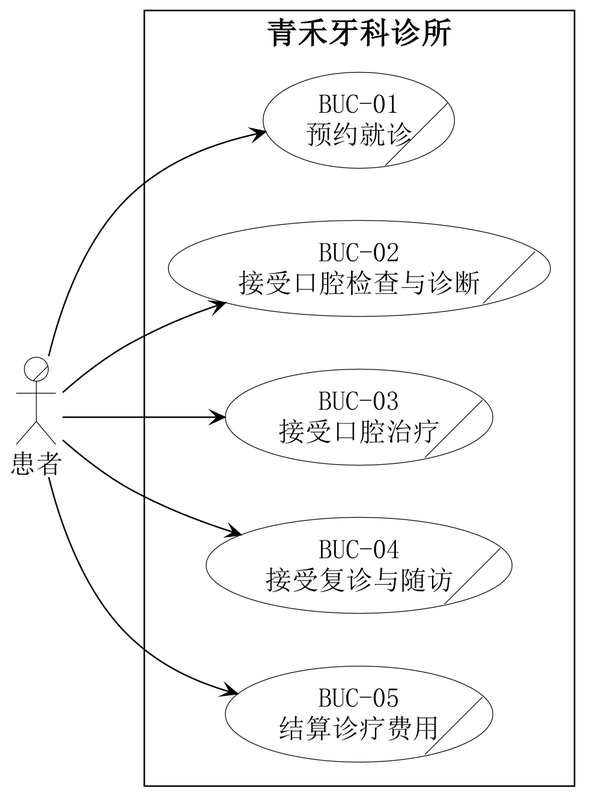
Earlier version of the PlantUML export 01-需求文档/diagrams/01-business-use-case.png (Shawmc-creator/systemAnalyseAndDesign).
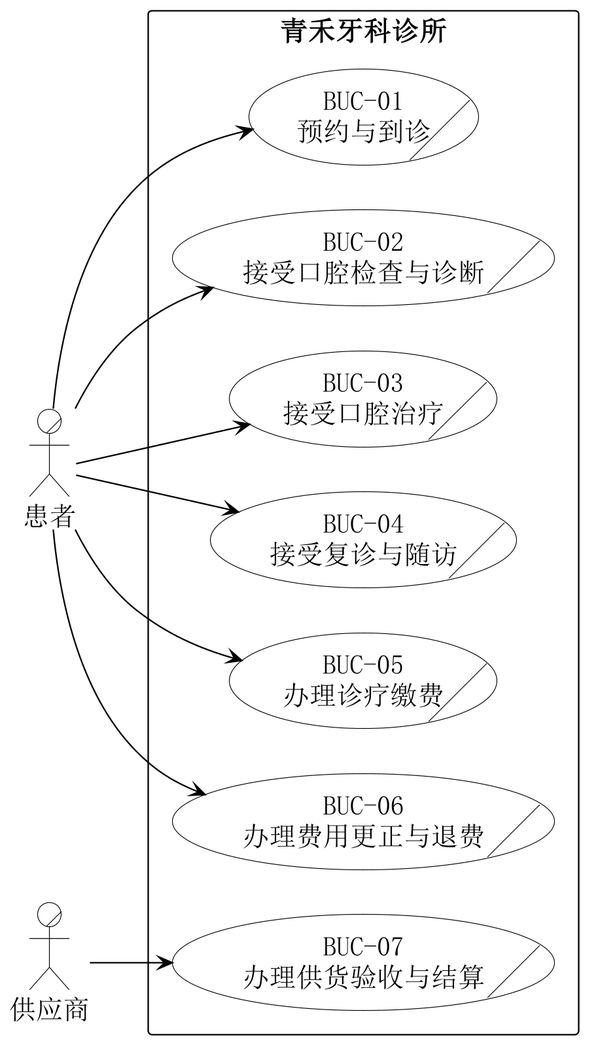
After the change.

What changed in the source:
```diff
@@ -1,48 +1,48 @@
 @startuml
-left to right direction
 skinparam backgroundColor white
 skinparam shadowing false
 skinparam defaultFontName SimSun
 skinparam defaultFontSize 18
-skinparam dpi 240
-skinparam nodesep 35
-skinparam ranksep 70
+skinparam dpi 220
 skinparam ArrowColor black
-skinparam ArrowThickness 1
+left to right direction
+skinparam nodesep 30
+skinparam ranksep 55
 skinparam actor {
-  BorderColor black
-  BackgroundColor white
-  FontColor black
+ BorderColor black
+ BackgroundColor white
 }
 skinparam usecase {
-  BorderColor black
-  BackgroundColor white
-  FontColor black
+ BorderColor black
+ BackgroundColor white
 }
 skinparam rectangle {
-  BorderColor black
-  BackgroundColor white
-  FontColor black
-  FontSize 20
-  FontStyle bold
-  RoundCorner 0
+ BorderColor black
+ BackgroundColor white
+ FontStyle bold
 }
-
-actor/ "患者" as Patient
-rectangle "青禾牙科诊所" as Clinic {
-  usecase/ "BUC-01\n预约就诊" as BUC01
-  usecase/ "BUC-02\n接受口腔检查与诊断" as BUC02
-  usecase/ "BUC-03\n接受口腔治疗" as BUC03
-  usecase/ "BUC-04\n接受复诊与随访" as BUC04
-  usecase/ "BUC-05\n结算诊疗费用" as BUC05
+actor/ "患者" as P
+actor/ "供应商" as V
+rectangle "青禾牙科诊所" {
+ usecase/ "BUC-01\n预约与到诊" as U01
+ usecase/ "BUC-02\n接受口腔检查与诊断" as U02
+ usecase/ "BUC-03\n接受口腔治疗" as U03
+ usecase/ "BUC-04\n接受复诊与随访" as U04
+ usecase/ "BUC-05\n办理诊疗缴费" as U05
+ usecase/ "BUC-06\n办理费用更正与退费" as U06
+ usecase/ "BUC-07\n办理供货验收与结算" as U07
 }
-Patient --> BUC01
-Patient --> BUC02
-Patient --> BUC03
-Patient --> BUC04
-Patient --> BUC05
-BUC02 -[hidden]right-> BUC01
-BUC03 -[hidden]right-> BUC02
-BUC04 -[hidden]right-> BUC03
-BUC05 -[hidden]right-> BUC04
+P --> U01
+P --> U02
+P --> U03
+P --> U04
+P --> U05
+P --> U06
+V --> U07
+U02 -[hidden]right-> U01
+U03 -[hidden]right-> U02
+U04 -[hidden]right-> U03
+U05 -[hidden]right-> U04
+U06 -[hidden]right-> U05
+U07 -[hidden]right-> U06
 @enduml
```
